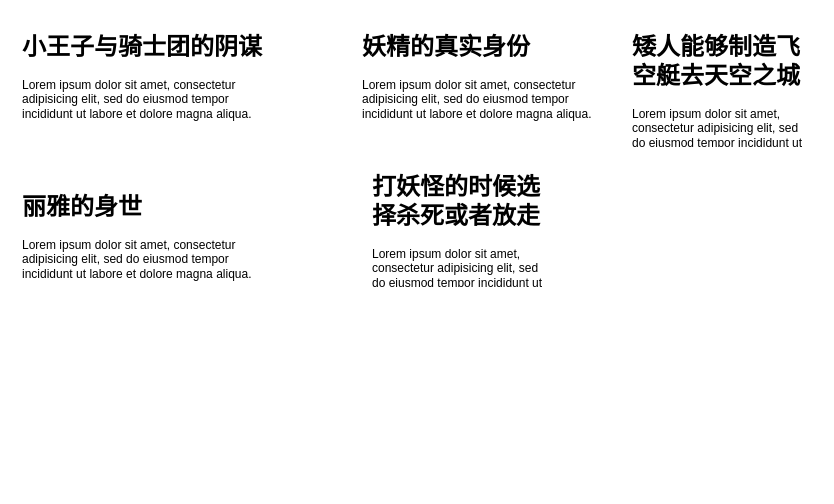
Before: page "clue" (9 of 10) of unity.drawio in goldmine/base, a draw.io diagram. Source tidied: cells renumbered, new cells numbered last; positions are measured from the earlier drawing's top-left corner, leaving out a move shared by most shapes. Both pictures are drawn from the tidied source at 100%, with x=0, y=0 at pixel (17, 27).
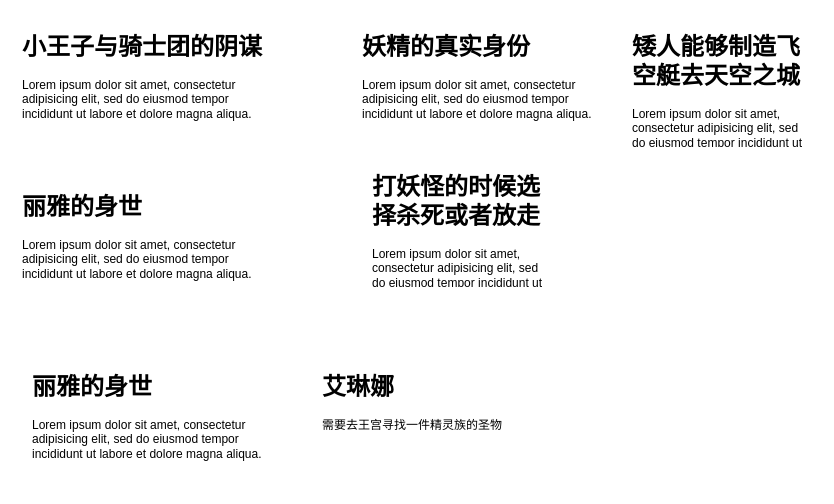
Above is the later version.

Change to the diagram source:
```diff
@@
 <mxGraphModel>
   <root>
     <mxCell id="0" />
     <mxCell id="1" parent="0" />
     <mxCell id="2" value="&lt;h1&gt;小王子与骑士团的阴谋&lt;/h1&gt;&lt;p&gt;Lorem ipsum dolor sit amet, consectetur adipisicing elit, sed do eiusmod tempor incididunt ut labore et dolore magna aliqua.&lt;/p&gt;" style="text;html=1;strokeColor=none;fillColor=none;spacing=5;spacingTop=-20;whiteSpace=wrap;overflow=hidden;rounded=0;" parent="1" vertex="1">
       <mxGeometry width="250" height="120" as="geometry" />
     </mxCell>
     <mxCell id="3" value="&lt;h1&gt;妖精的真实身份&lt;/h1&gt;&lt;p&gt;Lorem ipsum dolor sit amet, consectetur adipisicing elit, sed do eiusmod tempor incididunt ut labore et dolore magna aliqua.&lt;/p&gt;" style="text;html=1;strokeColor=none;fillColor=none;spacing=5;spacingTop=-20;whiteSpace=wrap;overflow=hidden;rounded=0;" parent="1" vertex="1">
       <mxGeometry x="340" width="250" height="120" as="geometry" />
     </mxCell>
     <mxCell id="4" value="&lt;h1&gt;丽雅的身世&lt;/h1&gt;&lt;p&gt;Lorem ipsum dolor sit amet, consectetur adipisicing elit, sed do eiusmod tempor incididunt ut labore et dolore magna aliqua.&lt;/p&gt;" style="text;html=1;strokeColor=none;fillColor=none;spacing=5;spacingTop=-20;whiteSpace=wrap;overflow=hidden;rounded=0;" parent="1" vertex="1">
       <mxGeometry y="160" width="250" height="120" as="geometry" />
     </mxCell>
     <mxCell id="5" value="&lt;h1&gt;打妖怪的时候选择杀死或者放走&lt;/h1&gt;&lt;p&gt;Lorem ipsum dolor sit amet, consectetur adipisicing elit, sed do eiusmod tempor incididunt ut labore et dolore magna aliqua.&lt;/p&gt;" style="text;html=1;strokeColor=none;fillColor=none;spacing=5;spacingTop=-20;whiteSpace=wrap;overflow=hidden;rounded=0;" parent="1" vertex="1">
       <mxGeometry x="350" y="140" width="190" height="120" as="geometry" />
     </mxCell>
     <mxCell id="6" value="&lt;h1&gt;矮人能够制造飞空艇去天空之城&lt;/h1&gt;&lt;p&gt;Lorem ipsum dolor sit amet, consectetur adipisicing elit, sed do eiusmod tempor incididunt ut labore et dolore magna aliqua.&lt;/p&gt;" style="text;html=1;strokeColor=none;fillColor=none;spacing=5;spacingTop=-20;whiteSpace=wrap;overflow=hidden;rounded=0;" parent="1" vertex="1">
       <mxGeometry x="610" width="190" height="120" as="geometry" />
     </mxCell>
+    <mxCell id="7" value="&lt;h1&gt;丽雅的身世&lt;/h1&gt;&lt;p&gt;Lorem ipsum dolor sit amet, consectetur adipisicing elit, sed do eiusmod tempor incididunt ut labore et dolore magna aliqua.&lt;/p&gt;" style="text;html=1;strokeColor=none;fillColor=none;spacing=5;spacingTop=-20;whiteSpace=wrap;overflow=hidden;rounded=0;" parent="1" vertex="1">
+      <mxGeometry x="10" y="340" width="250" height="120" as="geometry" />
+    </mxCell>
+    <mxCell id="8" value="&lt;h1&gt;艾琳娜&lt;/h1&gt;&lt;p&gt;需要去王宫寻找一件精灵族的圣物&lt;/p&gt;" style="text;html=1;strokeColor=none;fillColor=none;spacing=5;spacingTop=-20;whiteSpace=wrap;overflow=hidden;rounded=0;" parent="1" vertex="1">
+      <mxGeometry x="300" y="340" width="250" height="120" as="geometry" />
+    </mxCell>
   </root>
 </mxGraphModel>
```
